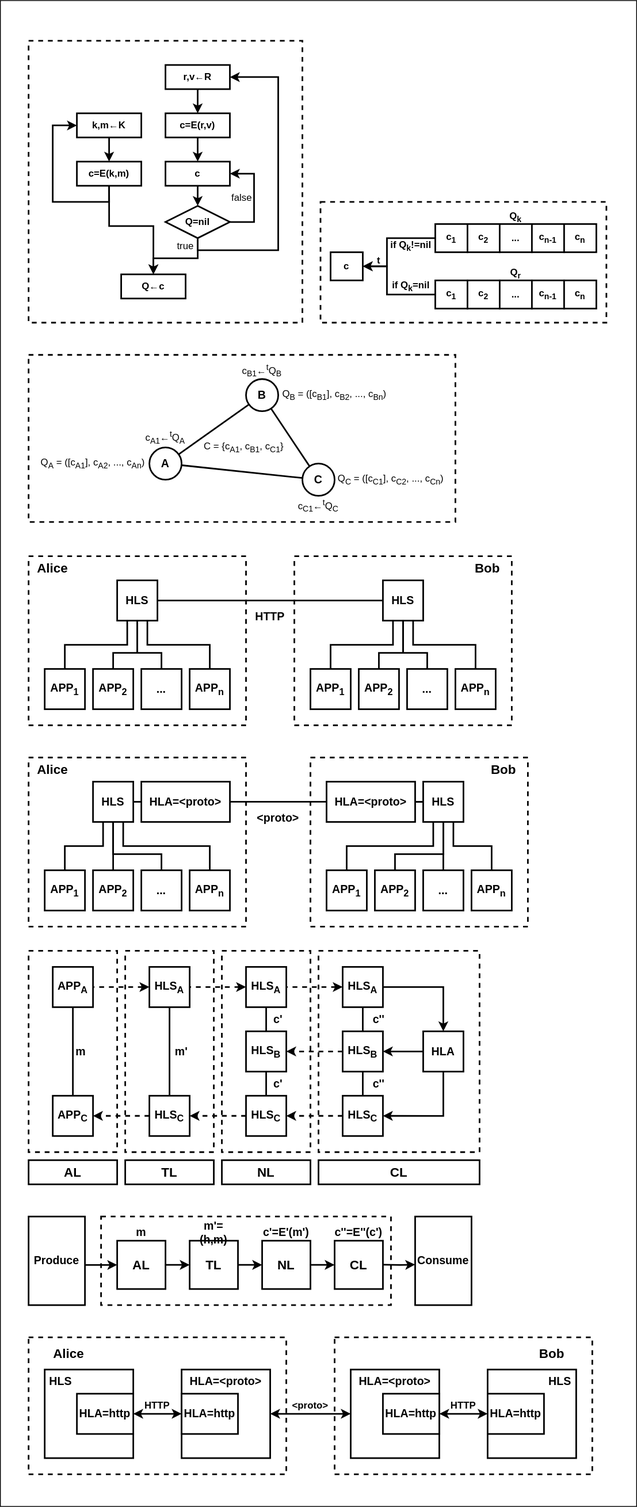
The draw.io diagram docs/hidden_lake_anonymous_network_scheme.svg in number571/hidden-lake, before a commit. Source tidied: cells renumbered, new cells last; positions are measured from the earlier drawing's top-left corner, leaving out a move shared by most shapes.
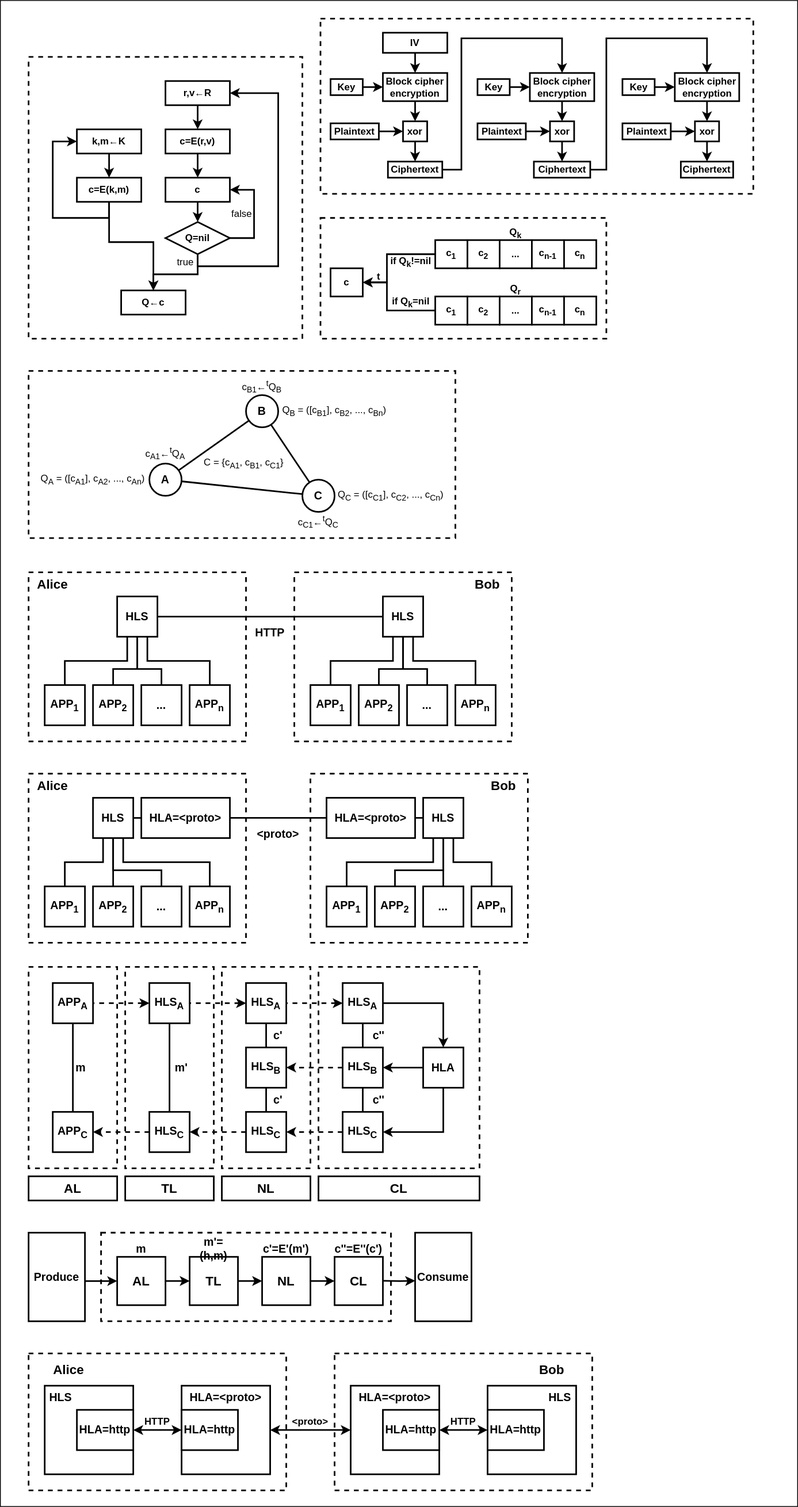
The same file after the commit.

What changed in the source:
```diff
@@ -361,7 +361,7 @@
       <mxGeometry x="35" y="1440" width="110" height="30" as="geometry" />
     </mxCell>
     <mxCell id="108" style="rounded=0;whiteSpace=wrap;html=1;strokeColor=default;fillColor=none;" parent="1" vertex="1">
-      <mxGeometry width="790" height="1870" as="geometry" />
+      <mxGeometry y="-20" width="990" height="1870" as="geometry" />
     </mxCell>
     <mxCell id="109" style="edgeStyle=orthogonalEdgeStyle;rounded=0;jettySize=auto;html=1;exitX=0.994;exitY=0.547;exitDx=0;exitDy=0;entryX=0;entryY=0.5;entryDx=0;entryDy=0;strokeWidth=2;exitPerimeter=0;" parent="1" edge="1" source="110" target="113">
       <mxGeometry relative="1" as="geometry" />
@@ -636,5 +636,113 @@
     <mxCell id="185" style="rounded=0;whiteSpace=wrap;html=1;fillColor=none;strokeWidth=2;dashed=1;" parent="1" vertex="1">
       <mxGeometry x="397.5" y="250" width="355" height="150" as="geometry" />
     </mxCell>
+    <mxCell id="186" style="edgeStyle=orthogonalEdgeStyle;rounded=0;jettySize=auto;html=1;exitX=0.5;exitY=1;exitDx=0;exitDy=0;entryX=0.5;entryY=0;entryDx=0;entryDy=0;strokeWidth=2;" parent="1" edge="1" source="187" target="197">
+      <mxGeometry relative="1" as="geometry" />
+    </mxCell>
+    <mxCell id="187" value="&lt;b&gt;Block cipher encryption&lt;br&gt;&lt;/b&gt;" style="rounded=0;whiteSpace=wrap;html=1;strokeWidth=2;" parent="1" vertex="1">
+      <mxGeometry x="475" y="70" width="80" height="35" as="geometry" />
+    </mxCell>
+    <mxCell id="188" style="edgeStyle=orthogonalEdgeStyle;rounded=0;jettySize=auto;html=1;exitX=0.5;exitY=1;exitDx=0;exitDy=0;entryX=0.5;entryY=0;entryDx=0;entryDy=0;strokeWidth=2;" parent="1" edge="1" source="189" target="187">
+      <mxGeometry relative="1" as="geometry" />
+    </mxCell>
+    <mxCell id="189" value="&lt;b&gt;IV&lt;/b&gt;" style="rounded=0;whiteSpace=wrap;html=1;strokeWidth=2;" parent="1" vertex="1">
+      <mxGeometry x="475" y="20" width="80" height="25" as="geometry" />
+    </mxCell>
+    <mxCell id="190" style="edgeStyle=orthogonalEdgeStyle;rounded=0;jettySize=auto;html=1;exitX=1;exitY=0.5;exitDx=0;exitDy=0;entryX=0;entryY=0.5;entryDx=0;entryDy=0;strokeWidth=2;" parent="1" edge="1" source="191" target="187">
+      <mxGeometry relative="1" as="geometry" />
+    </mxCell>
+    <mxCell id="191" value="&lt;b&gt;Key&lt;/b&gt;" style="rounded=0;whiteSpace=wrap;html=1;strokeWidth=2;" parent="1" vertex="1">
+      <mxGeometry x="410" y="77.5" width="40" height="20" as="geometry" />
+    </mxCell>
+    <mxCell id="192" style="edgeStyle=orthogonalEdgeStyle;rounded=0;jettySize=auto;html=1;exitX=1;exitY=0.5;exitDx=0;exitDy=0;entryX=0.5;entryY=0;entryDx=0;entryDy=0;strokeWidth=2;" parent="1" edge="1" source="193" target="199">
+      <mxGeometry relative="1" as="geometry">
+        <Array as="points">
+          <mxPoint x="572.5" y="190" />
+          <mxPoint x="572.5" y="27" />
+          <mxPoint x="697.5" y="27" />
+        </Array>
+      </mxGeometry>
+    </mxCell>
+    <mxCell id="193" value="&lt;b&gt;Ciphertext&lt;/b&gt;" style="rounded=0;whiteSpace=wrap;html=1;strokeWidth=2;" parent="1" vertex="1">
+      <mxGeometry x="481.2" y="180" width="67.5" height="20" as="geometry" />
+    </mxCell>
+    <mxCell id="194" style="edgeStyle=orthogonalEdgeStyle;rounded=0;jettySize=auto;html=1;exitX=1;exitY=0.5;exitDx=0;exitDy=0;entryX=0;entryY=0.5;entryDx=0;entryDy=0;strokeWidth=2;" parent="1" edge="1" source="195" target="197">
+      <mxGeometry relative="1" as="geometry" />
+    </mxCell>
+    <mxCell id="195" value="&lt;b&gt;Plaintext&lt;/b&gt;" style="rounded=0;whiteSpace=wrap;html=1;strokeWidth=2;" parent="1" vertex="1">
+      <mxGeometry x="410" y="132.5" width="60" height="20" as="geometry" />
+    </mxCell>
+    <mxCell id="196" style="edgeStyle=orthogonalEdgeStyle;rounded=0;jettySize=auto;html=1;exitX=0.5;exitY=1;exitDx=0;exitDy=0;entryX=0.5;entryY=0;entryDx=0;entryDy=0;strokeWidth=2;" parent="1" edge="1" source="197" target="193">
+      <mxGeometry relative="1" as="geometry" />
+    </mxCell>
+    <mxCell id="197" value="&lt;b&gt;xor&lt;/b&gt;" style="rounded=0;whiteSpace=wrap;html=1;strokeWidth=2;" parent="1" vertex="1">
+      <mxGeometry x="500" y="130" width="30" height="25" as="geometry" />
+    </mxCell>
+    <mxCell id="198" style="edgeStyle=orthogonalEdgeStyle;rounded=0;jettySize=auto;html=1;exitX=0.5;exitY=1;exitDx=0;exitDy=0;entryX=0.5;entryY=0;entryDx=0;entryDy=0;strokeWidth=2;" parent="1" edge="1" source="199" target="207">
+      <mxGeometry relative="1" as="geometry" />
+    </mxCell>
+    <mxCell id="199" value="&lt;b&gt;Block cipher encryption&lt;br&gt;&lt;/b&gt;" style="rounded=0;whiteSpace=wrap;html=1;strokeWidth=2;" parent="1" vertex="1">
+      <mxGeometry x="657.5" y="70" width="80" height="35" as="geometry" />
+    </mxCell>
+    <mxCell id="200" style="edgeStyle=orthogonalEdgeStyle;rounded=0;jettySize=auto;html=1;exitX=1;exitY=0.5;exitDx=0;exitDy=0;entryX=0;entryY=0.5;entryDx=0;entryDy=0;strokeWidth=2;" parent="1" edge="1" source="201" target="199">
+      <mxGeometry relative="1" as="geometry" />
+    </mxCell>
+    <mxCell id="201" value="&lt;b&gt;Key&lt;/b&gt;" style="rounded=0;whiteSpace=wrap;html=1;strokeWidth=2;" parent="1" vertex="1">
+      <mxGeometry x="592.5" y="77.5" width="40" height="20" as="geometry" />
+    </mxCell>
+    <mxCell id="202" style="edgeStyle=orthogonalEdgeStyle;rounded=0;jettySize=auto;html=1;exitX=1;exitY=0.5;exitDx=0;exitDy=0;entryX=0.5;entryY=0;entryDx=0;entryDy=0;strokeWidth=2;" parent="1" edge="1" source="203" target="209">
+      <mxGeometry relative="1" as="geometry">
+        <Array as="points">
+          <mxPoint x="752.5" y="190" />
+          <mxPoint x="752.5" y="27" />
+          <mxPoint x="877.5" y="27" />
+        </Array>
+      </mxGeometry>
+    </mxCell>
+    <mxCell id="203" value="&lt;b&gt;Ciphertext&lt;/b&gt;" style="rounded=0;whiteSpace=wrap;html=1;strokeWidth=2;" parent="1" vertex="1">
+      <mxGeometry x="662.5" y="180" width="70" height="20" as="geometry" />
+    </mxCell>
+    <mxCell id="204" style="edgeStyle=orthogonalEdgeStyle;rounded=0;jettySize=auto;html=1;exitX=1;exitY=0.5;exitDx=0;exitDy=0;entryX=0;entryY=0.5;entryDx=0;entryDy=0;strokeWidth=2;" parent="1" edge="1" source="205" target="207">
+      <mxGeometry relative="1" as="geometry" />
+    </mxCell>
+    <mxCell id="205" value="&lt;b&gt;Plaintext&lt;/b&gt;" style="rounded=0;whiteSpace=wrap;html=1;strokeWidth=2;" parent="1" vertex="1">
+      <mxGeometry x="592.5" y="132.5" width="60" height="20" as="geometry" />
+    </mxCell>
+    <mxCell id="206" style="edgeStyle=orthogonalEdgeStyle;rounded=0;jettySize=auto;html=1;exitX=0.5;exitY=1;exitDx=0;exitDy=0;entryX=0.5;entryY=0;entryDx=0;entryDy=0;strokeWidth=2;" parent="1" edge="1" source="207" target="203">
+      <mxGeometry relative="1" as="geometry" />
+    </mxCell>
+    <mxCell id="207" value="&lt;b&gt;xor&lt;/b&gt;" style="rounded=0;whiteSpace=wrap;html=1;strokeWidth=2;" parent="1" vertex="1">
+      <mxGeometry x="682.5" y="130" width="30" height="25" as="geometry" />
+    </mxCell>
+    <mxCell id="208" style="edgeStyle=orthogonalEdgeStyle;rounded=0;jettySize=auto;html=1;exitX=0.5;exitY=1;exitDx=0;exitDy=0;entryX=0.5;entryY=0;entryDx=0;entryDy=0;strokeWidth=2;" parent="1" edge="1" source="209" target="216">
+      <mxGeometry relative="1" as="geometry" />
+    </mxCell>
+    <mxCell id="209" value="&lt;b&gt;Block cipher encryption&lt;br&gt;&lt;/b&gt;" style="rounded=0;whiteSpace=wrap;html=1;strokeWidth=2;" parent="1" vertex="1">
+      <mxGeometry x="837.5" y="70" width="80" height="35" as="geometry" />
+    </mxCell>
+    <mxCell id="210" style="edgeStyle=orthogonalEdgeStyle;rounded=0;jettySize=auto;html=1;exitX=1;exitY=0.5;exitDx=0;exitDy=0;entryX=0;entryY=0.5;entryDx=0;entryDy=0;strokeWidth=2;" parent="1" edge="1" source="211" target="209">
+      <mxGeometry relative="1" as="geometry" />
+    </mxCell>
+    <mxCell id="211" value="&lt;b&gt;Key&lt;/b&gt;" style="rounded=0;whiteSpace=wrap;html=1;strokeWidth=2;" parent="1" vertex="1">
+      <mxGeometry x="772.5" y="77.5" width="40" height="20" as="geometry" />
+    </mxCell>
+    <mxCell id="212" value="&lt;b&gt;Ciphertext&lt;/b&gt;" style="rounded=0;whiteSpace=wrap;html=1;strokeWidth=2;" parent="1" vertex="1">
+      <mxGeometry x="845" y="180" width="65" height="20" as="geometry" />
+    </mxCell>
+    <mxCell id="213" style="edgeStyle=orthogonalEdgeStyle;rounded=0;jettySize=auto;html=1;exitX=1;exitY=0.5;exitDx=0;exitDy=0;entryX=0;entryY=0.5;entryDx=0;entryDy=0;strokeWidth=2;" parent="1" edge="1" source="214" target="216">
+      <mxGeometry relative="1" as="geometry" />
+    </mxCell>
+    <mxCell id="214" value="&lt;b&gt;Plaintext&lt;/b&gt;" style="rounded=0;whiteSpace=wrap;html=1;strokeWidth=2;" parent="1" vertex="1">
+      <mxGeometry x="772.5" y="132.5" width="60" height="20" as="geometry" />
+    </mxCell>
+    <mxCell id="215" style="edgeStyle=orthogonalEdgeStyle;rounded=0;jettySize=auto;html=1;exitX=0.5;exitY=1;exitDx=0;exitDy=0;entryX=0.5;entryY=0;entryDx=0;entryDy=0;strokeWidth=2;" parent="1" edge="1" source="216" target="212">
+      <mxGeometry relative="1" as="geometry" />
+    </mxCell>
+    <mxCell id="216" value="&lt;b&gt;xor&lt;/b&gt;" style="rounded=0;whiteSpace=wrap;html=1;strokeWidth=2;" parent="1" vertex="1">
+      <mxGeometry x="862.5" y="130" width="30" height="25" as="geometry" />
+    </mxCell>
+    <mxCell id="217" style="rounded=0;whiteSpace=wrap;html=1;fillColor=none;strokeWidth=2;dashed=1;" parent="1" vertex="1">
+      <mxGeometry x="397.5" y="2.5" width="537.5" height="217.5" as="geometry" />
+    </mxCell>
   </root>
 </mxGraphModel>
```
